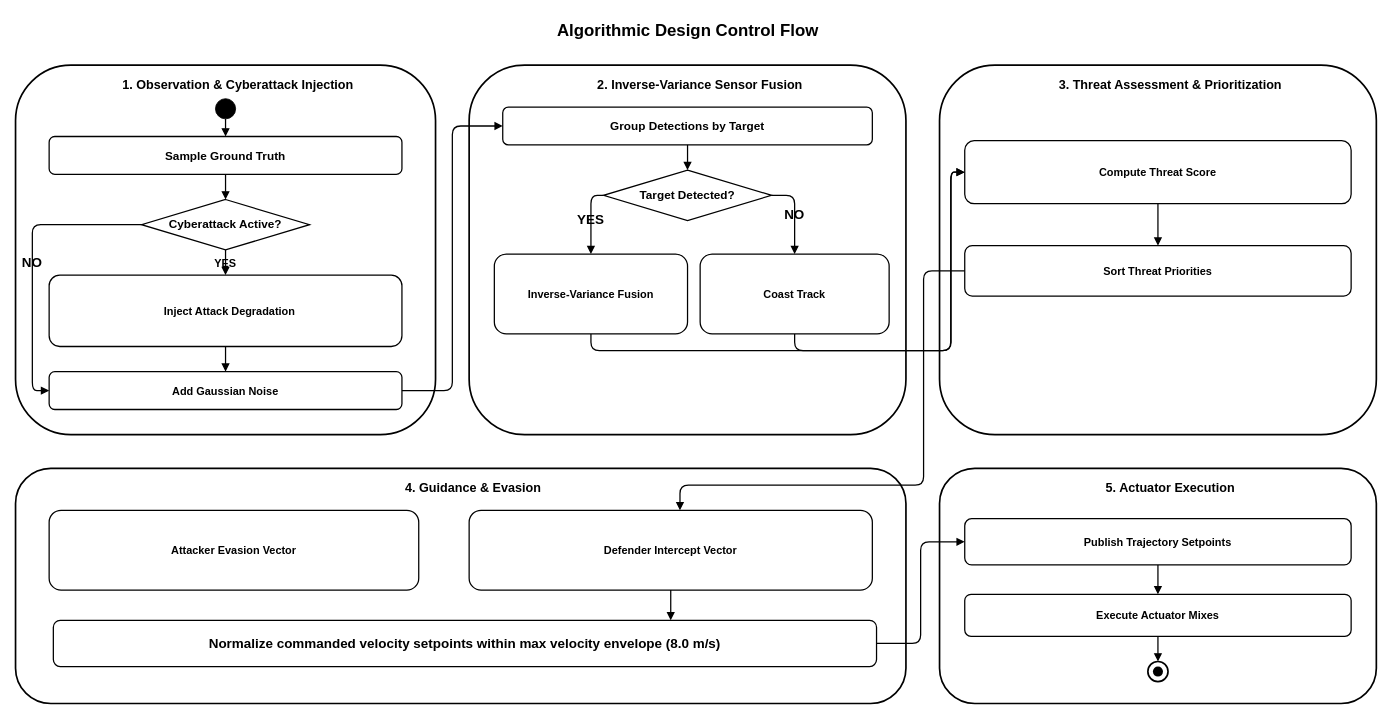
sjd-1214/diagrams keeps this draw.io diagram as 26_algorithm_design_flow.drawio. Above is the earlier version. Source tidied: cells renumbered, new cells numbered last; positions are measured from the earlier drawing's top-left corner, leaving out a move shared by most shapes. Both pictures are drawn from the tidied source at 84%, with x=0, y=0 at pixel (15, 14).
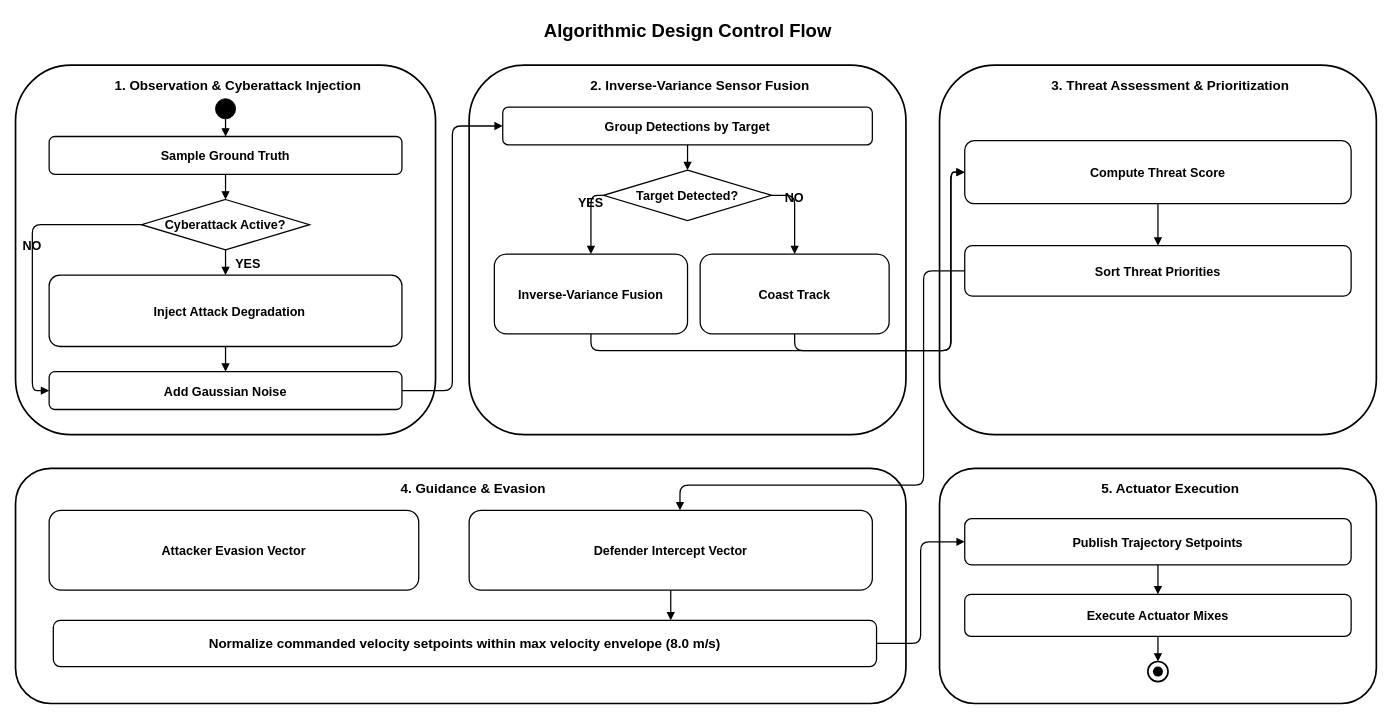
The same page after the edit.

What changed in the source:
```diff
@@
-    <mxCell id="2" value="&lt;b&gt;Algorithmic Design Control Flow&lt;/b&gt;" style="text;html=1;fontFamily=Helvetica;fontColor=#000000;fontSize=20;fontStyle=1;align=center;fillColor=none;" parent="1" vertex="1">
+    <mxCell id="2" value="&lt;b&gt;Algorithmic Design Control Flow&lt;/b&gt;" style="text;html=1;fontFamily=Helvetica;fontColor=#000000;fontSize=22;fontStyle=1;align=center;fillColor=none;" parent="1" vertex="1">
       <mxGeometry x="532.5" width="535" height="35" as="geometry" />
     </mxCell>
-    <mxCell id="3" value="&lt;b&gt;1. Observation &amp;amp; Cyberattack Injection&lt;/b&gt;" style="rounded=1;whiteSpace=wrap;html=1;fillColor=none;strokeColor=#000000;strokeWidth=2;align=center;spacingLeft=30;verticalAlign=top;spacingTop=8;fontSize=15;fontFamily=Helvetica;fontColor=#000000;" parent="1" vertex="1">
+    <mxCell id="3" value="&lt;b&gt;1. Observation &amp;amp; Cyberattack Injection&lt;/b&gt;" style="rounded=1;whiteSpace=wrap;html=1;fillColor=none;strokeColor=#000000;strokeWidth=2;align=center;spacingLeft=30;verticalAlign=top;spacingTop=8;fontSize=16;fontFamily=Helvetica;fontColor=#000000;fontStyle=1;" parent="1" vertex="1">
       <mxGeometry y="60" width="500" height="440" as="geometry" />
     </mxCell>
@@
-    <mxCell id="5" value="&lt;b&gt;Sample Ground Truth&lt;/b&gt;" style="rounded=1;whiteSpace=wrap;html=1;fillColor=none;strokeColor=#000000;strokeWidth=1.5;fontSize=14;fontFamily=Helvetica;fontColor=#000000;" parent="1" vertex="1">
+    <mxCell id="5" value="&lt;b&gt;Sample Ground Truth&lt;/b&gt;" style="rounded=1;whiteSpace=wrap;html=1;fillColor=none;strokeColor=#000000;strokeWidth=1.5;fontSize=15;fontFamily=Helvetica;fontColor=#000000;fontStyle=1;" parent="1" vertex="1">
       <mxGeometry x="40" y="145" width="420" height="45" as="geometry" />
     </mxCell>
-    <mxCell id="6" value="&lt;b&gt;&lt;font&gt;Cyberattack Active?&lt;/font&gt;&lt;/b&gt;" style="rhombus;whiteSpace=wrap;html=1;fillColor=none;strokeColor=#000000;strokeWidth=1.5;fontSize=14;fontFamily=Helvetica;fontColor=#000000;" parent="1" vertex="1">
+    <mxCell id="6" value="&lt;b&gt;&lt;font&gt;Cyberattack Active?&lt;/font&gt;&lt;/b&gt;" style="rhombus;whiteSpace=wrap;html=1;fillColor=none;strokeColor=#000000;strokeWidth=1.5;fontSize=15;fontFamily=Helvetica;fontColor=#000000;fontStyle=1;" parent="1" vertex="1">
       <mxGeometry x="150" y="220" width="200" height="60" as="geometry" />
     </mxCell>
-    <mxCell id="7" value="&lt;b&gt;Inject Attack Degradation&lt;/b&gt;" style="rounded=1;whiteSpace=wrap;html=1;fillColor=none;strokeColor=#000000;strokeWidth=1.5;fontSize=13;fontFamily=Helvetica;fontColor=#000000;align=center;spacingLeft=10;" parent="1" vertex="1">
+    <mxCell id="7" value="&lt;b&gt;Inject Attack Degradation&lt;/b&gt;" style="rounded=1;whiteSpace=wrap;html=1;fillColor=none;strokeColor=#000000;strokeWidth=1.5;fontSize=15;fontFamily=Helvetica;fontColor=#000000;align=center;spacingLeft=10;fontStyle=1;" parent="1" vertex="1">
       <mxGeometry x="40" y="310" width="420" height="85" as="geometry" />
     </mxCell>
-    <mxCell id="8" value="&lt;b&gt;Add Gaussian Noise&lt;/b&gt;" style="rounded=1;whiteSpace=wrap;html=1;fillColor=none;strokeColor=#000000;strokeWidth=1.5;fontSize=13;fontFamily=Helvetica;fontColor=#000000;" parent="1" vertex="1">
+    <mxCell id="8" value="&lt;b&gt;Add Gaussian Noise&lt;/b&gt;" style="rounded=1;whiteSpace=wrap;html=1;fillColor=none;strokeColor=#000000;strokeWidth=1.5;fontSize=15;fontFamily=Helvetica;fontColor=#000000;fontStyle=1;" parent="1" vertex="1">
       <mxGeometry x="40" y="425" width="420" height="45" as="geometry" />
     </mxCell>
-    <mxCell id="9" value="&lt;b&gt;2. Inverse-Variance Sensor Fusion&lt;/b&gt;" style="rounded=1;whiteSpace=wrap;html=1;fillColor=none;strokeColor=#000000;strokeWidth=2;align=center;spacingLeft=30;verticalAlign=top;spacingTop=8;fontSize=15;fontFamily=Helvetica;fontColor=#000000;" parent="1" vertex="1">
+    <mxCell id="9" value="&lt;b&gt;2. Inverse-Variance Sensor Fusion&lt;/b&gt;" style="rounded=1;whiteSpace=wrap;html=1;fillColor=none;strokeColor=#000000;strokeWidth=2;align=center;spacingLeft=30;verticalAlign=top;spacingTop=8;fontSize=16;fontFamily=Helvetica;fontColor=#000000;fontStyle=1;" parent="1" vertex="1">
       <mxGeometry x="540" y="60" width="520" height="440" as="geometry" />
     </mxCell>
-    <mxCell id="10" value="&lt;b&gt;Group Detections by Target&lt;/b&gt;" style="rounded=1;whiteSpace=wrap;html=1;fillColor=none;strokeColor=#000000;strokeWidth=1.5;fontSize=14;fontFamily=Helvetica;fontColor=#000000;" parent="1" vertex="1">
+    <mxCell id="10" value="&lt;b&gt;Group Detections by Target&lt;/b&gt;" style="rounded=1;whiteSpace=wrap;html=1;fillColor=none;strokeColor=#000000;strokeWidth=1.5;fontSize=15;fontFamily=Helvetica;fontColor=#000000;fontStyle=1;" parent="1" vertex="1">
       <mxGeometry x="580" y="110" width="440" height="45" as="geometry" />
     </mxCell>
-    <mxCell id="11" value="&lt;b&gt;Target Detected?&lt;/b&gt;" style="rhombus;whiteSpace=wrap;html=1;fillColor=none;strokeColor=#000000;strokeWidth=1.5;fontSize=14;fontFamily=Helvetica;fontColor=#000000;" parent="1" vertex="1">
+    <mxCell id="11" value="&lt;b&gt;Target Detected?&lt;/b&gt;" style="rhombus;whiteSpace=wrap;html=1;fillColor=none;strokeColor=#000000;strokeWidth=1.5;fontSize=15;fontFamily=Helvetica;fontColor=#000000;fontStyle=1;" parent="1" vertex="1">
       <mxGeometry x="700" y="185" width="200" height="60" as="geometry" />
     </mxCell>
-    <mxCell id="12" value="&lt;b&gt;Inverse-Variance Fusion&lt;/b&gt;" style="rounded=1;whiteSpace=wrap;html=1;fillColor=none;strokeColor=#000000;strokeWidth=1.5;fontSize=13;fontFamily=Helvetica;fontColor=#000000;align=center;" parent="1" vertex="1">
+    <mxCell id="12" value="&lt;b&gt;Inverse-Variance Fusion&lt;/b&gt;" style="rounded=1;whiteSpace=wrap;html=1;fillColor=none;strokeColor=#000000;strokeWidth=1.5;fontSize=15;fontFamily=Helvetica;fontColor=#000000;align=center;fontStyle=1;" parent="1" vertex="1">
       <mxGeometry x="570" y="285" width="230" height="95" as="geometry" />
     </mxCell>
-    <mxCell id="13" value="&lt;b&gt;Coast Track&lt;/b&gt;" style="rounded=1;whiteSpace=wrap;html=1;fillColor=none;strokeColor=#000000;strokeWidth=1.5;fontSize=13;fontFamily=Helvetica;fontColor=#000000;align=center;" parent="1" vertex="1">
+    <mxCell id="13" value="&lt;b&gt;Coast Track&lt;/b&gt;" style="rounded=1;whiteSpace=wrap;html=1;fillColor=none;strokeColor=#000000;strokeWidth=1.5;fontSize=15;fontFamily=Helvetica;fontColor=#000000;align=center;fontStyle=1;" parent="1" vertex="1">
       <mxGeometry x="815" y="285" width="225" height="95" as="geometry" />
     </mxCell>
-    <mxCell id="14" value="&lt;b&gt;3. Threat Assessment &amp;amp; Prioritization&lt;/b&gt;" style="rounded=1;whiteSpace=wrap;html=1;fillColor=none;strokeColor=#000000;strokeWidth=2;align=center;spacingLeft=30;verticalAlign=top;spacingTop=8;fontSize=15;fontFamily=Helvetica;fontColor=#000000;" parent="1" vertex="1">
+    <mxCell id="14" value="&lt;b&gt;3. Threat Assessment &amp;amp; Prioritization&lt;/b&gt;" style="rounded=1;whiteSpace=wrap;html=1;fillColor=none;strokeColor=#000000;strokeWidth=2;align=center;spacingLeft=30;verticalAlign=top;spacingTop=8;fontSize=16;fontFamily=Helvetica;fontColor=#000000;fontStyle=1;" parent="1" vertex="1">
       <mxGeometry x="1100" y="60" width="520" height="440" as="geometry" />
     </mxCell>
-    <mxCell id="15" value="&lt;b&gt;Compute Threat Score&lt;/b&gt;" style="rounded=1;whiteSpace=wrap;html=1;fillColor=none;strokeColor=#000000;strokeWidth=1.5;fontSize=13;fontFamily=Helvetica;fontColor=#000000;align=center;" parent="1" vertex="1">
+    <mxCell id="15" value="&lt;b&gt;Compute Threat Score&lt;/b&gt;" style="rounded=1;whiteSpace=wrap;html=1;fillColor=none;strokeColor=#000000;strokeWidth=1.5;fontSize=15;fontFamily=Helvetica;fontColor=#000000;align=center;fontStyle=1;" parent="1" vertex="1">
       <mxGeometry x="1130" y="150" width="460" height="75" as="geometry" />
     </mxCell>
-    <mxCell id="16" value="&lt;b&gt;Sort Threat Priorities&lt;/b&gt;" style="rounded=1;whiteSpace=wrap;html=1;fillColor=none;strokeColor=#000000;strokeWidth=1.5;fontSize=13;fontFamily=Helvetica;fontColor=#000000;align=center;" parent="1" vertex="1">
+    <mxCell id="16" value="&lt;b&gt;Sort Threat Priorities&lt;/b&gt;" style="rounded=1;whiteSpace=wrap;html=1;fillColor=none;strokeColor=#000000;strokeWidth=1.5;fontSize=15;fontFamily=Helvetica;fontColor=#000000;align=center;fontStyle=1;" parent="1" vertex="1">
       <mxGeometry x="1130" y="275" width="460" height="60" as="geometry" />
     </mxCell>
-    <mxCell id="17" value="&lt;b&gt;4. Guidance &amp;amp; Evasion&lt;/b&gt;" style="rounded=1;whiteSpace=wrap;html=1;fillColor=none;strokeColor=#000000;strokeWidth=2;align=center;spacingLeft=30;verticalAlign=top;spacingTop=8;fontSize=15;fontFamily=Helvetica;fontColor=#000000;" parent="1" vertex="1">
+    <mxCell id="17" value="&lt;b&gt;4. Guidance &amp;amp; Evasion&lt;/b&gt;" style="rounded=1;whiteSpace=wrap;html=1;fillColor=none;strokeColor=#000000;strokeWidth=2;align=center;spacingLeft=30;verticalAlign=top;spacingTop=8;fontSize=16;fontFamily=Helvetica;fontColor=#000000;fontStyle=1;" parent="1" vertex="1">
       <mxGeometry y="540" width="1060" height="280" as="geometry" />
     </mxCell>
-    <mxCell id="18" value="&lt;b&gt;Attacker Evasion Vector&lt;/b&gt;" style="rounded=1;whiteSpace=wrap;html=1;fillColor=none;strokeColor=#000000;strokeWidth=1.5;fontSize=13;fontFamily=Helvetica;fontColor=#000000;align=center;" parent="1" vertex="1">
+    <mxCell id="18" value="&lt;b&gt;Attacker Evasion Vector&lt;/b&gt;" style="rounded=1;whiteSpace=wrap;html=1;fillColor=none;strokeColor=#000000;strokeWidth=1.5;fontSize=15;fontFamily=Helvetica;fontColor=#000000;align=center;fontStyle=1;" parent="1" vertex="1">
       <mxGeometry x="40" y="590" width="440" height="95" as="geometry" />
     </mxCell>
-    <mxCell id="19" value="&lt;b&gt;Defender Intercept Vector&lt;/b&gt;" style="rounded=1;whiteSpace=wrap;html=1;fillColor=none;strokeColor=#000000;strokeWidth=1.5;fontSize=13;fontFamily=Helvetica;fontColor=#000000;align=center;" parent="1" vertex="1">
+    <mxCell id="19" value="&lt;b&gt;Defender Intercept Vector&lt;/b&gt;" style="rounded=1;whiteSpace=wrap;html=1;fillColor=none;strokeColor=#000000;strokeWidth=1.5;fontSize=15;fontFamily=Helvetica;fontColor=#000000;align=center;fontStyle=1;" parent="1" vertex="1">
       <mxGeometry x="540" y="590" width="480" height="95" as="geometry" />
     </mxCell>
-    <mxCell id="20" value="&lt;b&gt;&lt;font style=&quot;font-size: 16px;&quot;&gt;Normalize commanded velocity setpoints within max velocity envelope (8.0 m/s)&lt;/font&gt;&lt;/b&gt;" style="rounded=1;whiteSpace=wrap;html=1;fillColor=none;strokeColor=#000000;strokeWidth=1.5;fontSize=14;fontFamily=Helvetica;fontColor=#000000;align=center;" parent="1" vertex="1">
+    <mxCell id="20" value="&lt;b&gt;&lt;font style=&quot;font-size: 16px;&quot;&gt;Normalize commanded velocity setpoints within max velocity envelope (8.0 m/s)&lt;/font&gt;&lt;/b&gt;" style="rounded=1;whiteSpace=wrap;html=1;fillColor=none;strokeColor=#000000;strokeWidth=1.5;fontSize=15;fontFamily=Helvetica;fontColor=#000000;align=center;fontStyle=1;" parent="1" vertex="1">
       <mxGeometry x="45" y="721" width="980" height="55" as="geometry" />
     </mxCell>
-    <mxCell id="21" value="&lt;b&gt;5. Actuator Execution&lt;/b&gt;" style="rounded=1;whiteSpace=wrap;html=1;fillColor=none;strokeColor=#000000;strokeWidth=2;align=center;spacingLeft=30;verticalAlign=top;spacingTop=8;fontSize=15;fontFamily=Helvetica;fontColor=#000000;" parent="1" vertex="1">
+    <mxCell id="21" value="&lt;b&gt;5. Actuator Execution&lt;/b&gt;" style="rounded=1;whiteSpace=wrap;html=1;fillColor=none;strokeColor=#000000;strokeWidth=2;align=center;spacingLeft=30;verticalAlign=top;spacingTop=8;fontSize=16;fontFamily=Helvetica;fontColor=#000000;fontStyle=1;" parent="1" vertex="1">
       <mxGeometry x="1100" y="540" width="520" height="280" as="geometry" />
     </mxCell>
-    <mxCell id="22" value="&lt;b&gt;Publish Trajectory Setpoints&lt;/b&gt;" style="rounded=1;whiteSpace=wrap;html=1;fillColor=none;strokeColor=#000000;strokeWidth=1.5;fontSize=13;fontFamily=Helvetica;fontColor=#000000;align=center;" parent="1" vertex="1">
+    <mxCell id="22" value="&lt;b&gt;Publish Trajectory Setpoints&lt;/b&gt;" style="rounded=1;whiteSpace=wrap;html=1;fillColor=none;strokeColor=#000000;strokeWidth=1.5;fontSize=15;fontFamily=Helvetica;fontColor=#000000;align=center;fontStyle=1;" parent="1" vertex="1">
       <mxGeometry x="1130" y="600" width="460" height="55" as="geometry" />
     </mxCell>
-    <mxCell id="23" value="&lt;b&gt;Execute Actuator Mixes&lt;/b&gt;" style="rounded=1;whiteSpace=wrap;html=1;fillColor=none;strokeColor=#000000;strokeWidth=1.5;fontSize=13;fontFamily=Helvetica;fontColor=#000000;align=center;" parent="1" vertex="1">
+    <mxCell id="23" value="&lt;b&gt;Execute Actuator Mixes&lt;/b&gt;" style="rounded=1;whiteSpace=wrap;html=1;fillColor=none;strokeColor=#000000;strokeWidth=1.5;fontSize=15;fontFamily=Helvetica;fontColor=#000000;align=center;fontStyle=1;" parent="1" vertex="1">
       <mxGeometry x="1130" y="690" width="460" height="50" as="geometry" />
     </mxCell>
@@
-    <mxCell id="28" value="YES" style="endArrow=block;strokeColor=#000000;strokeWidth=1.5;fontSize=13;fontFamily=Helvetica;fontColor=#000000;fontStyle=1;labelBackgroundColor=none;" parent="1" edge="1" source="6" target="7">
+    <mxCell id="28" value="YES" style="endArrow=block;strokeColor=#000000;strokeWidth=1.5;fontSize=15;fontFamily=Helvetica;fontColor=#000000;fontStyle=1;labelBackgroundColor=none;align=left;labelPosition=right;spacingLeft=10;verticalAlign=middle;" parent="1" edge="1" source="6" target="7">
       <mxGeometry relative="1" as="geometry" />
     </mxCell>
@@
-    <mxCell id="30" value="NO" style="edgeStyle=orthogonalEdgeStyle;rounded=1;endArrow=block;strokeColor=#000000;strokeWidth=1.5;fontSize=16;fontFamily=Helvetica;fontColor=#000000;exitX=0;exitY=0.5;entryX=0;entryY=0.5;fontStyle=1;labelBackgroundColor=none;" parent="1" edge="1" source="6" target="8">
+    <mxCell id="30" value="NO" style="edgeStyle=orthogonalEdgeStyle;rounded=1;endArrow=block;strokeColor=#000000;strokeWidth=1.5;fontSize=15;fontFamily=Helvetica;fontColor=#000000;exitX=0;exitY=0.5;entryX=0;entryY=0.5;fontStyle=1;labelBackgroundColor=none;verticalAlign=bottom;spacingBottom=8;spacingLeft=10;spacingRight=10;" parent="1" edge="1" source="6" target="8">
       <mxGeometry relative="1" as="geometry">
         <Array as="points">
           <mxPoint x="20" y="250" />
           <mxPoint x="20" y="447" />
         </Array>
       </mxGeometry>
     </mxCell>
@@
-    <mxCell id="33" value="YES" style="edgeStyle=orthogonalEdgeStyle;rounded=1;endArrow=block;strokeColor=#000000;strokeWidth=1.5;fontSize=16;fontFamily=Helvetica;fontColor=#000000;exitX=0;exitY=0.5;entryX=0.5;entryY=0;fontStyle=1;labelBackgroundColor=none;" parent="1" edge="1" source="11" target="12">
+    <mxCell id="33" value="YES" style="edgeStyle=orthogonalEdgeStyle;rounded=1;endArrow=block;strokeColor=#000000;strokeWidth=1.5;fontSize=15;fontFamily=Helvetica;fontColor=#000000;exitX=0;exitY=0.5;entryX=0.5;entryY=0;fontStyle=1;labelBackgroundColor=none;verticalAlign=bottom;spacingBottom=8;spacingLeft=10;spacingRight=10;" parent="1" edge="1" source="11" target="12">
       <mxGeometry relative="1" as="geometry" />
     </mxCell>
-    <mxCell id="34" value="NO" style="edgeStyle=orthogonalEdgeStyle;rounded=1;endArrow=block;strokeColor=#000000;strokeWidth=1.5;fontSize=16;fontFamily=Helvetica;fontColor=#000000;exitX=1;exitY=0.5;entryX=0.5;entryY=0;fontStyle=1;labelBackgroundColor=none;" parent="1" edge="1" source="11" target="13">
+    <mxCell id="34" value="NO" style="edgeStyle=orthogonalEdgeStyle;rounded=1;endArrow=block;strokeColor=#000000;strokeWidth=1.5;fontSize=15;fontFamily=Helvetica;fontColor=#000000;exitX=1;exitY=0.5;entryX=0.5;entryY=0;fontStyle=1;labelBackgroundColor=none;verticalAlign=bottom;spacingBottom=8;spacingLeft=10;spacingRight=10;" parent="1" edge="1" source="11" target="13">
       <mxGeometry x="0.01" relative="1" as="geometry" />
     </mxCell>
```
